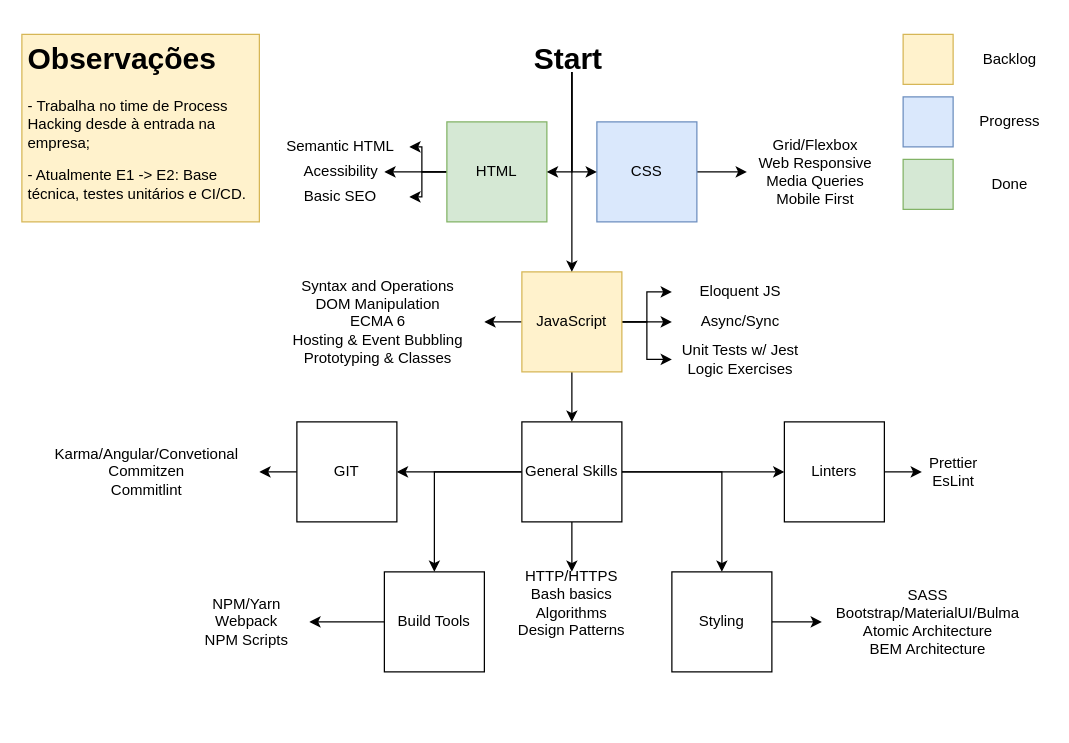
Earlier version of the draw.io diagram Roadmap.drawio (azraelgarden/maju-mentoria). Source tidied: cells renumbered, new cells numbered last; positions are measured from the earlier drawing's top-left corner, leaving out a move shared by most shapes. Both pictures are drawn from the tidied source at 125%, with x=0, y=0 at pixel (21, 34).
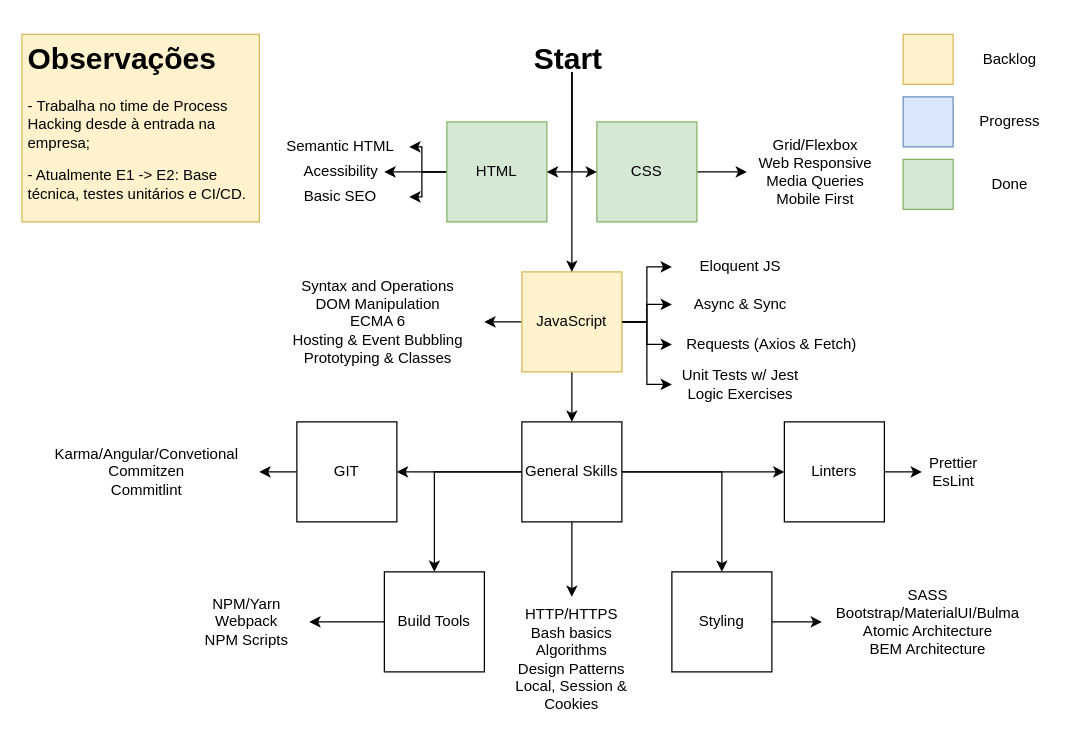
Above is the later version.

Unchanged cells that the change refers to:
```xml
<mxCell id="16" value="JavaScript" style="whiteSpace=wrap;html=1;fillColor=#fff2cc;strokeColor=#d6b656;" parent="1" vertex="1">
  <mxGeometry x="400" y="190" width="80" height="80" as="geometry" />
</mxCell>
```

Change to the diagram source:
```diff
@@
-    <mxCell id="8" value="CSS" style="whiteSpace=wrap;html=1;fillColor=#dae8fc;strokeColor=#6c8ebf;" parent="1" vertex="1">
+    <mxCell id="8" value="CSS" style="whiteSpace=wrap;html=1;fillColor=#d5e8d4;strokeColor=#82b366;" parent="1" vertex="1">
       <mxGeometry x="460" y="70" width="80" height="80" as="geometry" />
     </mxCell>
@@
     <mxCell id="18" value="Eloquent JS" style="text;html=1;strokeColor=none;fillColor=none;align=center;verticalAlign=middle;whiteSpace=wrap;rounded=0;" parent="1" vertex="1">
-      <mxGeometry x="520" y="190" width="110" height="32" as="geometry" />
+      <mxGeometry x="520" y="170" width="110" height="32" as="geometry" />
     </mxCell>
@@
-    <mxCell id="31" value="HTTP/HTTPS&lt;br&gt;Bash basics&lt;br&gt;Algorithms&lt;br&gt;Design Patterns" style="text;html=1;strokeColor=none;fillColor=none;align=center;verticalAlign=middle;whiteSpace=wrap;rounded=0;" parent="1" vertex="1">
-      <mxGeometry x="380" y="430" width="120" height="50" as="geometry" />
+    <mxCell id="31" value="HTTP/HTTPS&lt;br&gt;Bash basics&lt;br&gt;Algorithms&lt;br&gt;Design Patterns&lt;br&gt;Local, Session &amp;amp; Cookies" style="text;html=1;strokeColor=none;fillColor=none;align=center;verticalAlign=middle;whiteSpace=wrap;rounded=0;" parent="1" vertex="1">
+      <mxGeometry x="380" y="450" width="120" height="100" as="geometry" />
     </mxCell>
@@
     <mxCell id="55" value="Unit Tests w/ Jest&lt;br&gt;Logic Exercises" style="text;html=1;strokeColor=none;fillColor=none;align=center;verticalAlign=middle;whiteSpace=wrap;rounded=0;" parent="1" vertex="1">
-      <mxGeometry x="520" y="250" width="110" height="20" as="geometry" />
+      <mxGeometry x="520" y="270" width="110" height="20" as="geometry" />
     </mxCell>
-    <mxCell id="56" value="Async/Sync" style="text;html=1;strokeColor=none;fillColor=none;align=center;verticalAlign=middle;whiteSpace=wrap;rounded=0;" parent="1" vertex="1">
-      <mxGeometry x="520" y="214" width="110" height="32" as="geometry" />
+    <mxCell id="56" value="Async &amp;amp; Sync" style="text;html=1;strokeColor=none;fillColor=none;align=center;verticalAlign=middle;whiteSpace=wrap;rounded=0;" parent="1" vertex="1">
+      <mxGeometry x="520" y="200" width="110" height="32" as="geometry" />
     </mxCell>
@@
+    <mxCell id="58" value="Requests (Axios &amp;amp; Fetch)" style="text;html=1;strokeColor=none;fillColor=none;align=center;verticalAlign=middle;whiteSpace=wrap;rounded=0;" parent="1" vertex="1">
+      <mxGeometry x="520" y="232" width="160" height="32" as="geometry" />
+    </mxCell>
+    <mxCell id="59" value="&amp;nbsp;" style="text;html=1;align=center;verticalAlign=middle;rotation=90;" parent="58" vertex="1">
+      <mxGeometry x="80" y="12" width="20" height="20" as="geometry" />
+    </mxCell>
+    <mxCell id="60" style="edgeStyle=orthogonalEdgeStyle;rounded=0;jettySize=auto;html=1;" parent="1" edge="1" source="16" target="58">
+      <mxGeometry relative="1" as="geometry" />
+    </mxCell>
```
